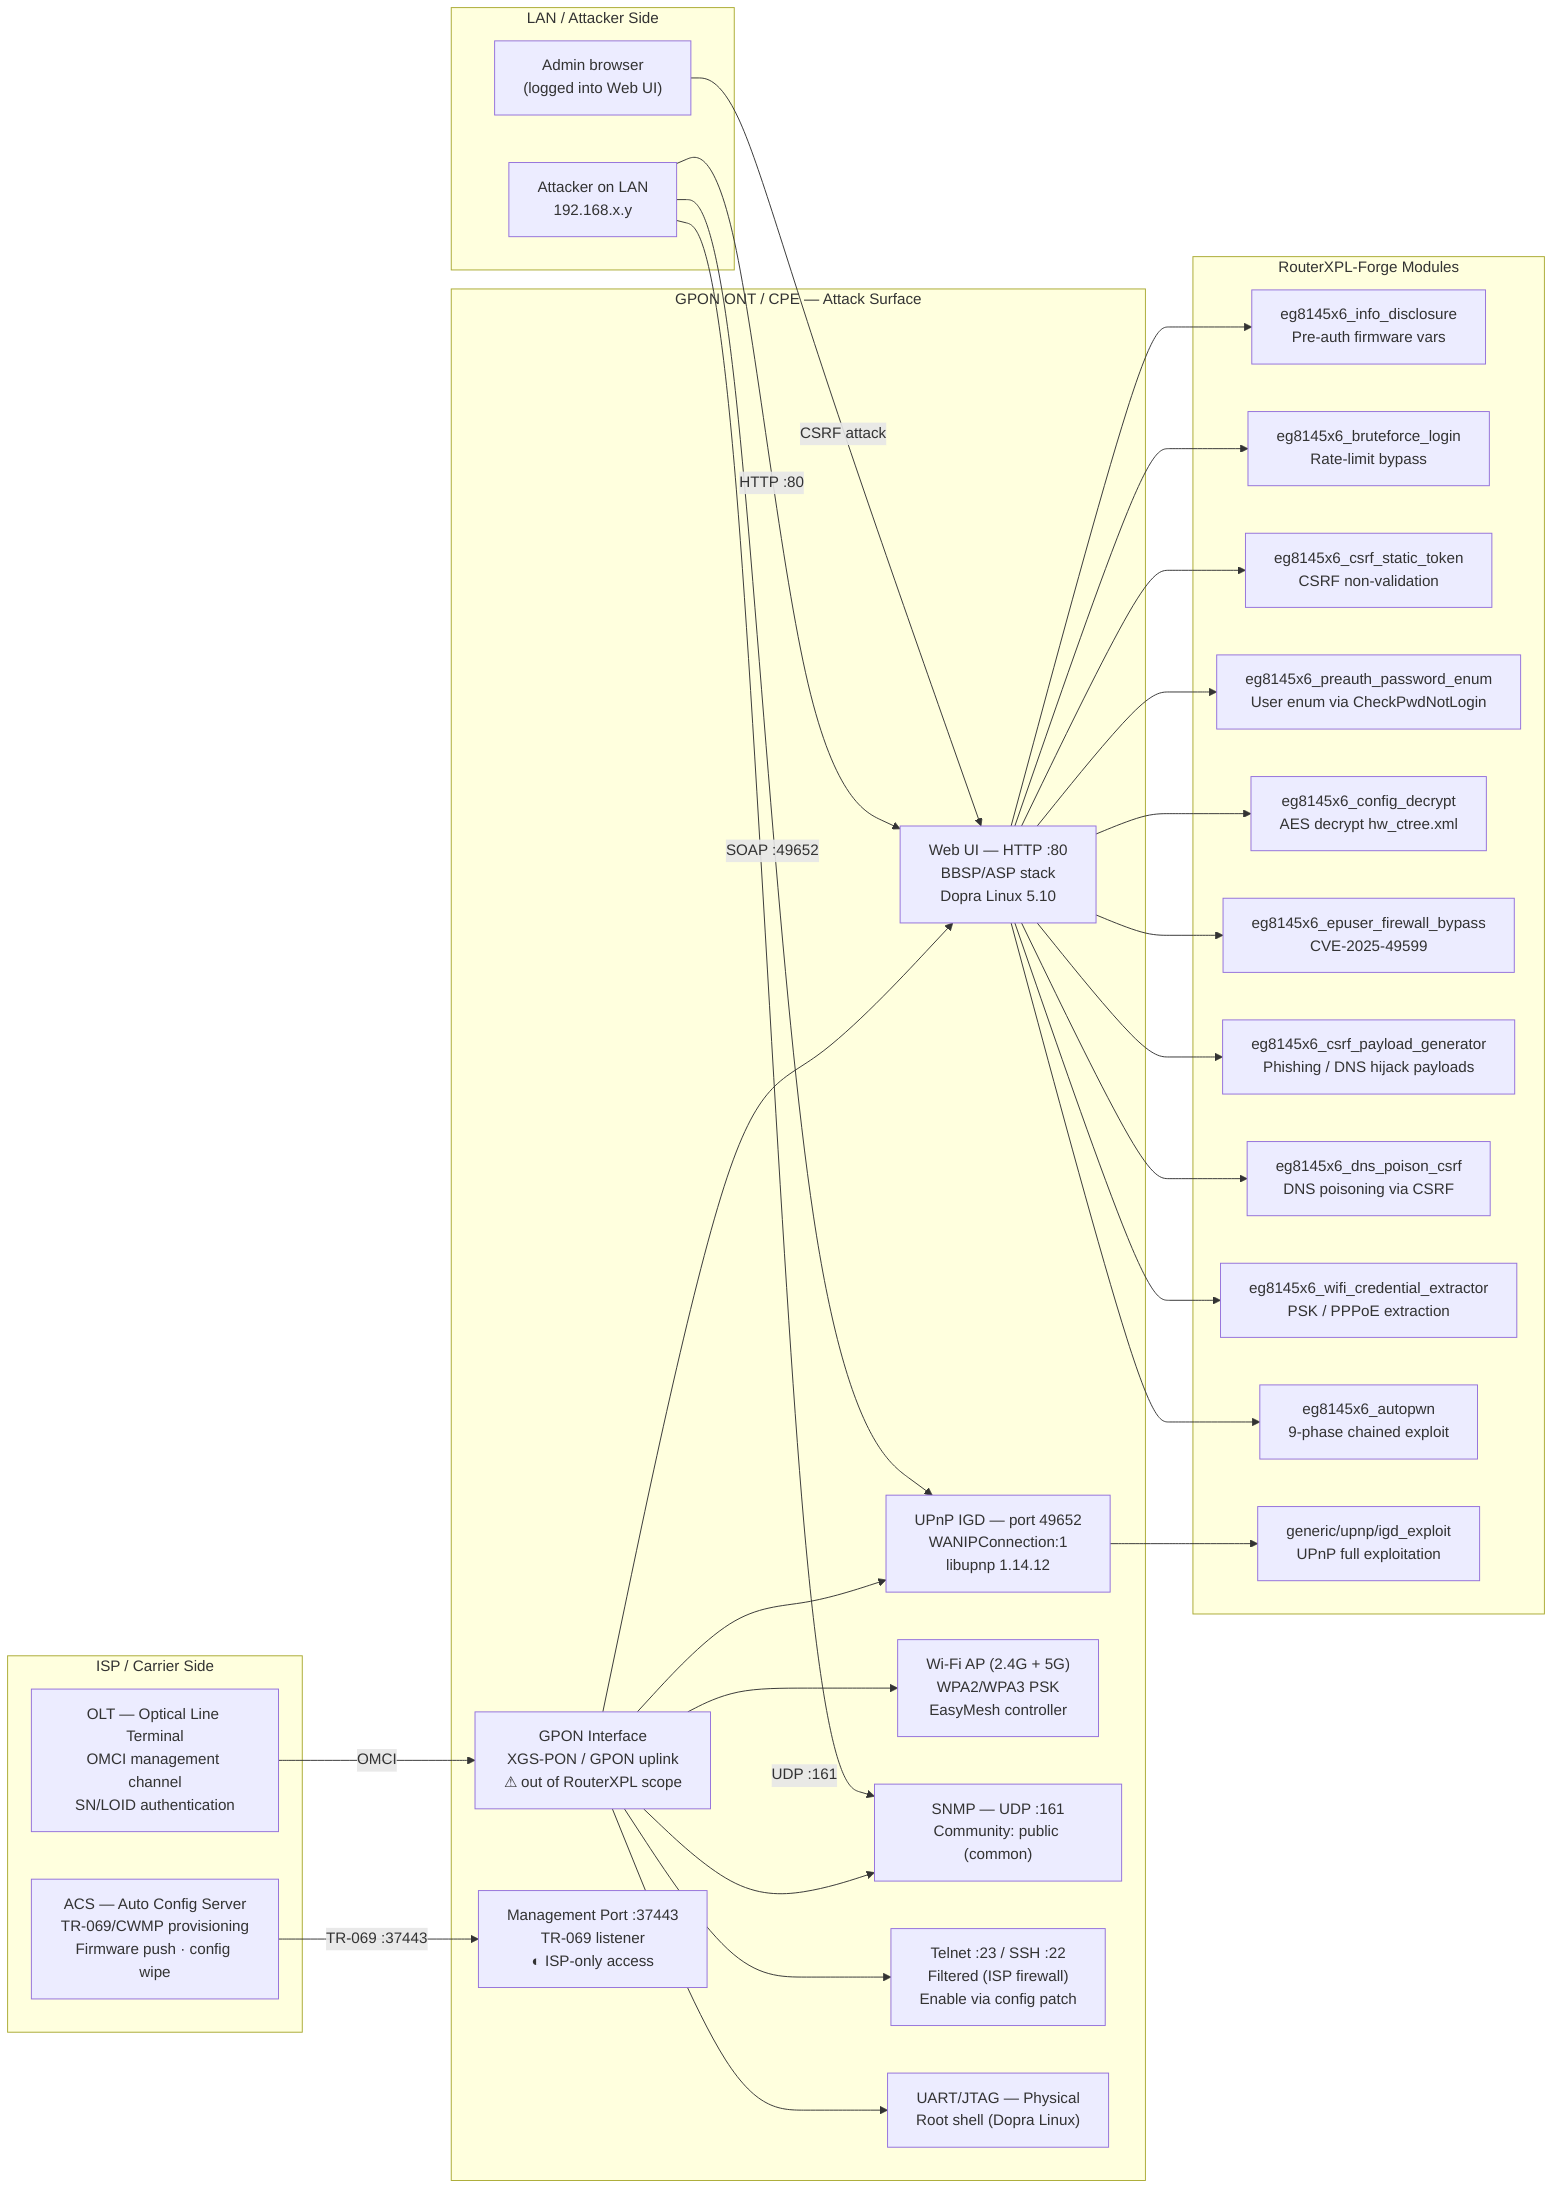
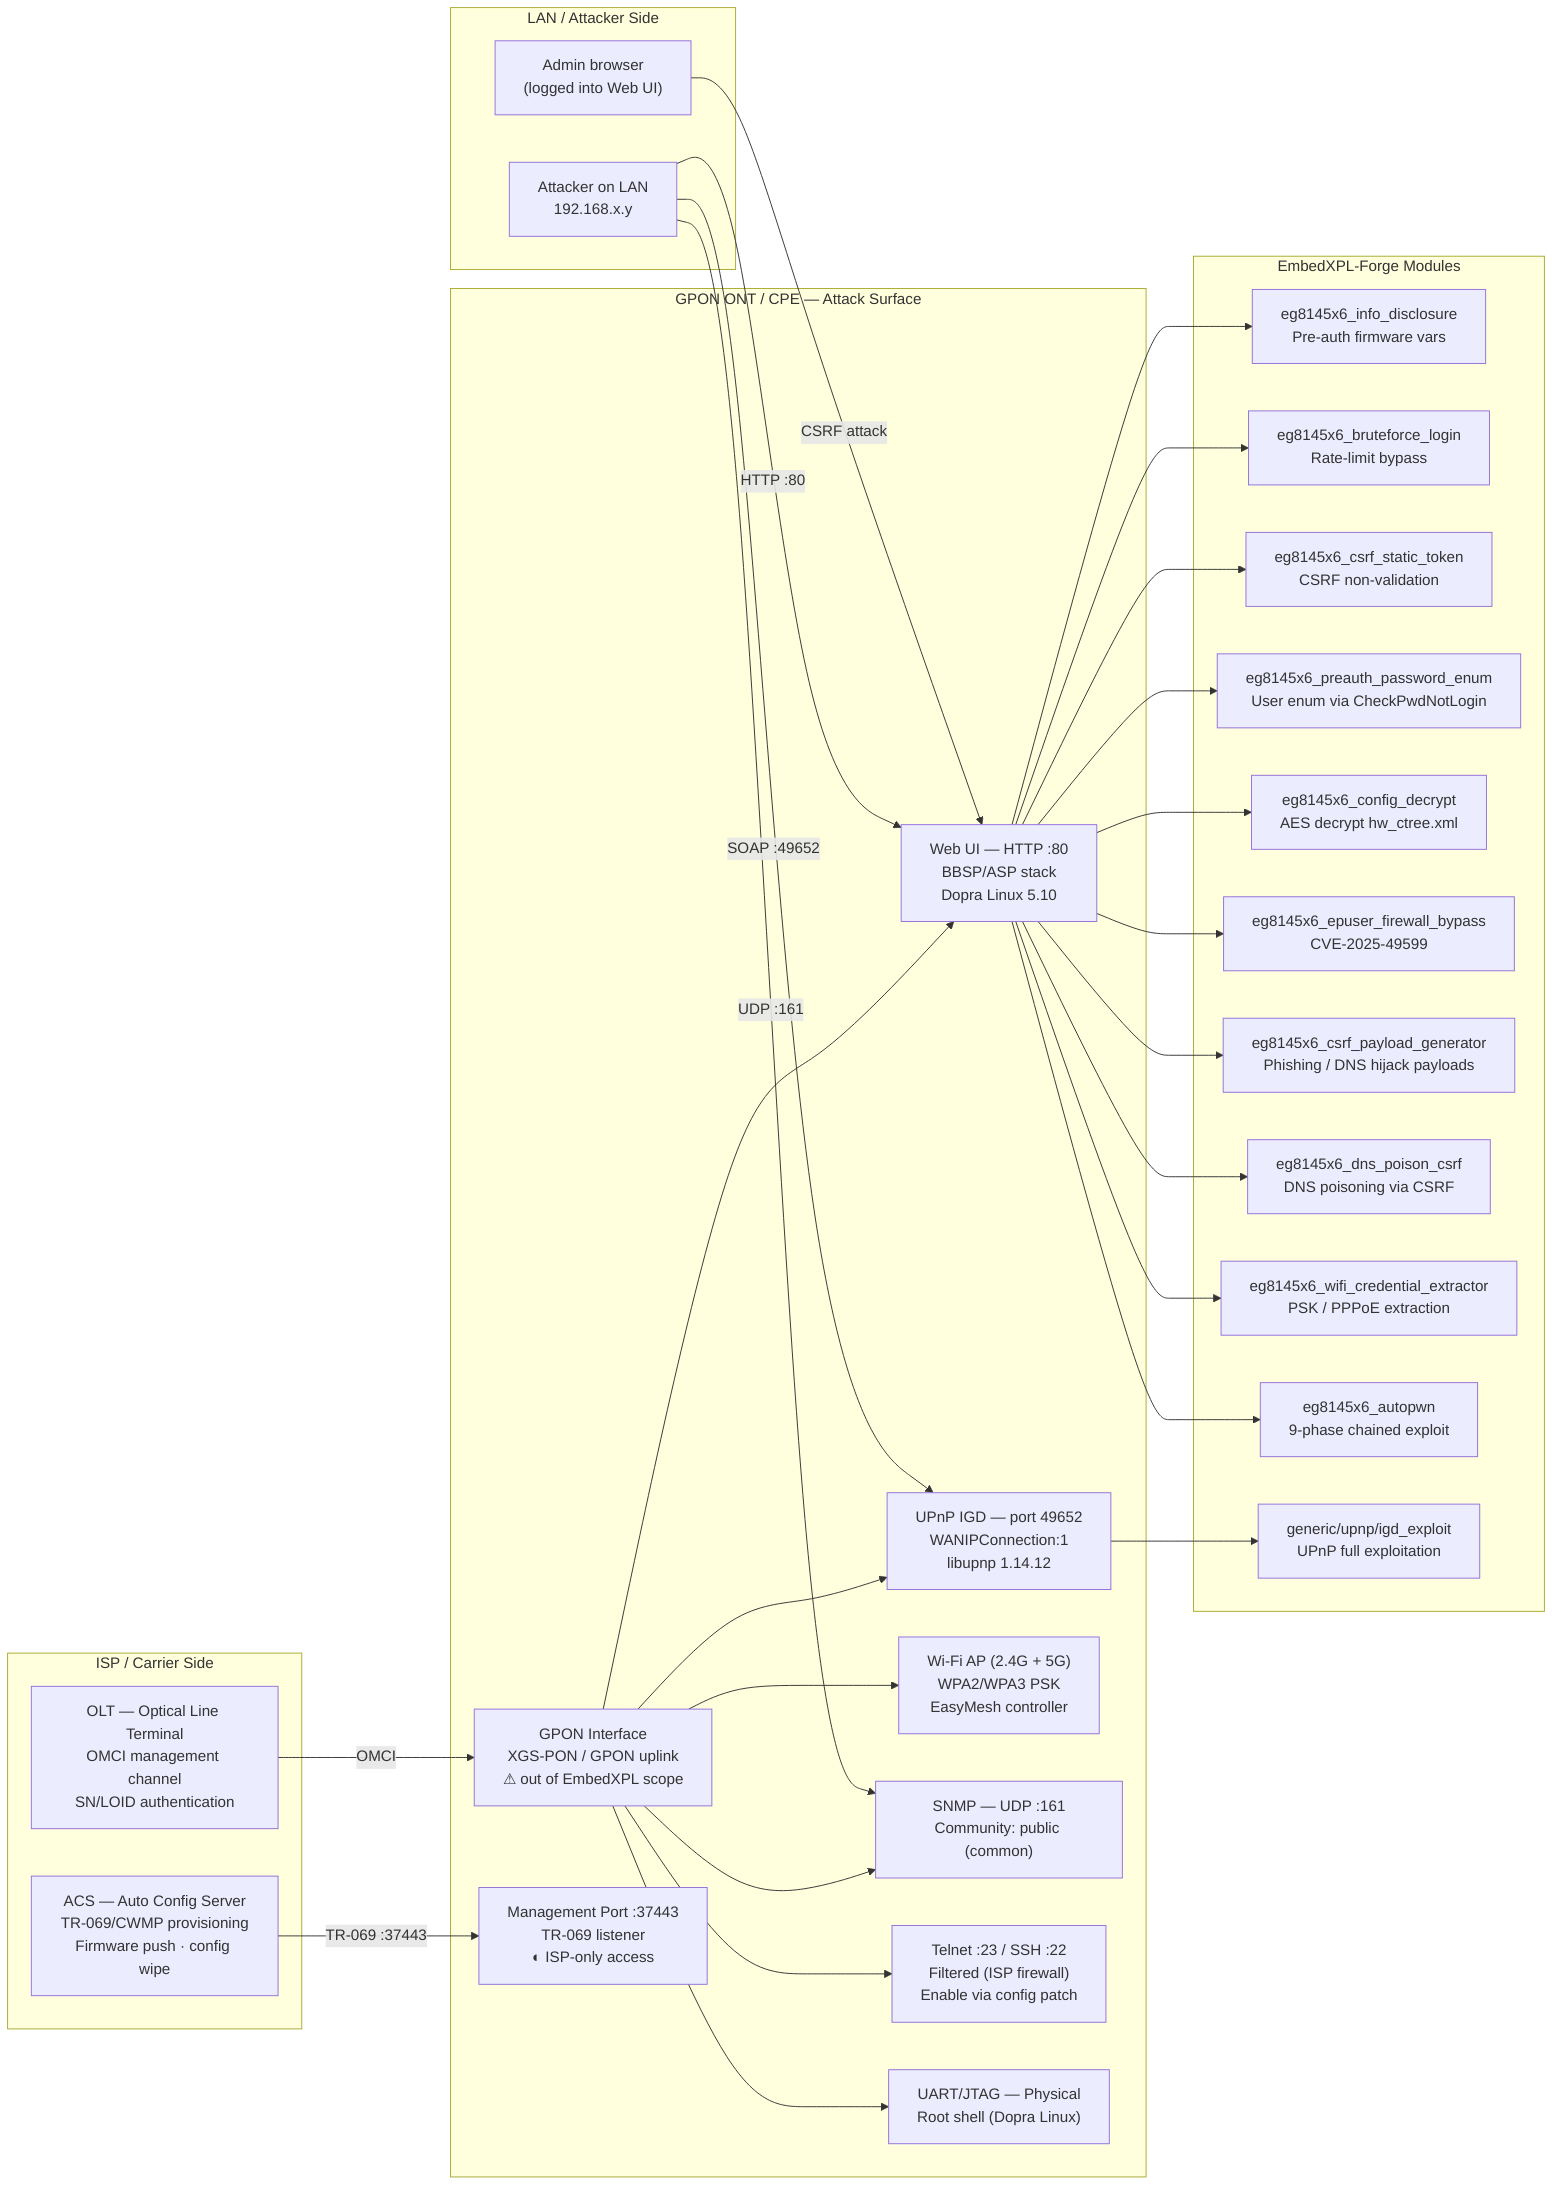
- %% RouterXPL-Forge — GPON ONT Attack Surface Map (en-US)
+ %% EmbedXPL-Forge — GPON ONT Attack Surface Map (en-US)
%% Validated against Huawei EG8145X6-10 (OptiXstar) and EG8145V5-V2 (EchoLife)
flowchart LR
  subgraph ISP["ISP / Carrier Side"]
    OLT["OLT — Optical Line Terminal\nOMCI management channel\nSN/LOID authentication"]
    ACS["ACS — Auto Config Server\nTR-069/CWMP provisioning\nFirmware push · config wipe"]
  end

  subgraph ONT["GPON ONT / CPE — Attack Surface"]
-     GPON_IF["GPON Interface\nXGS-PON / GPON uplink\n⚠ out of RouterXPL scope"]
+     GPON_IF["GPON Interface\nXGS-PON / GPON uplink\n⚠ out of EmbedXPL scope"]
    WEBUI["Web UI — HTTP :80\nBBSP/ASP stack\nDopra Linux 5.10"]
    MGMT["Management Port :37443\nTR-069 listener\n◐ ISP-only access"]
    UPNP_SVC["UPnP IGD — port 49652\nWANIPConnection:1\nlibupnp 1.14.12"]
    WIFI_SVC["Wi-Fi AP (2.4G + 5G)\nWPA2/WPA3 PSK\nEasyMesh controller"]
    SNMP_SVC["SNMP — UDP :161\nCommunity: public (common)"]
    TELNET_SVC["Telnet :23 / SSH :22\nFiltered (ISP firewall)\nEnable via config patch"]
    UART["UART/JTAG — Physical\nRoot shell (Dopra Linux)"]
  end

  subgraph LAN["LAN / Attacker Side"]
    ATK["Attacker on LAN\n192.168.x.y"]
    VICTIM["Admin browser\n(logged into Web UI)"]
  end

-   subgraph MODULES["RouterXPL-Forge Modules"]
+   subgraph MODULES["EmbedXPL-Forge Modules"]
    M1["eg8145x6_info_disclosure\nPre-auth firmware vars"]
    M2["eg8145x6_bruteforce_login\nRate-limit bypass"]
    M3["eg8145x6_csrf_static_token\nCSRF non-validation"]
    M4["eg8145x6_preauth_password_enum\nUser enum via CheckPwdNotLogin"]
    M5["eg8145x6_config_decrypt\nAES decrypt hw_ctree.xml"]
    M6["eg8145x6_epuser_firewall_bypass\nCVE-2025-49599"]
    M7["eg8145x6_csrf_payload_generator\nPhishing / DNS hijack payloads"]
    M8["eg8145x6_dns_poison_csrf\nDNS poisoning via CSRF"]
    M9["eg8145x6_wifi_credential_extractor\nPSK / PPPoE extraction"]
    M10["eg8145x6_autopwn\n9-phase chained exploit"]
    M11["generic/upnp/igd_exploit\nUPnP full exploitation"]
  end

  OLT -->|"OMCI"| GPON_IF
  ACS -->|"TR-069 :37443"| MGMT
  GPON_IF --> WEBUI
  GPON_IF --> UPNP_SVC
  GPON_IF --> WIFI_SVC
  GPON_IF --> SNMP_SVC
  GPON_IF --> TELNET_SVC
  GPON_IF --> UART

  ATK -->|"HTTP :80"| WEBUI
  ATK -->|"SOAP :49652"| UPNP_SVC
  ATK -->|"UDP :161"| SNMP_SVC
  VICTIM -->|"CSRF attack"| WEBUI

  WEBUI --> M1
  WEBUI --> M2
  WEBUI --> M3
  WEBUI --> M4
  WEBUI --> M5
  WEBUI --> M6
  WEBUI --> M7
  WEBUI --> M8
  WEBUI --> M9
  WEBUI --> M10
  UPNP_SVC --> M11
